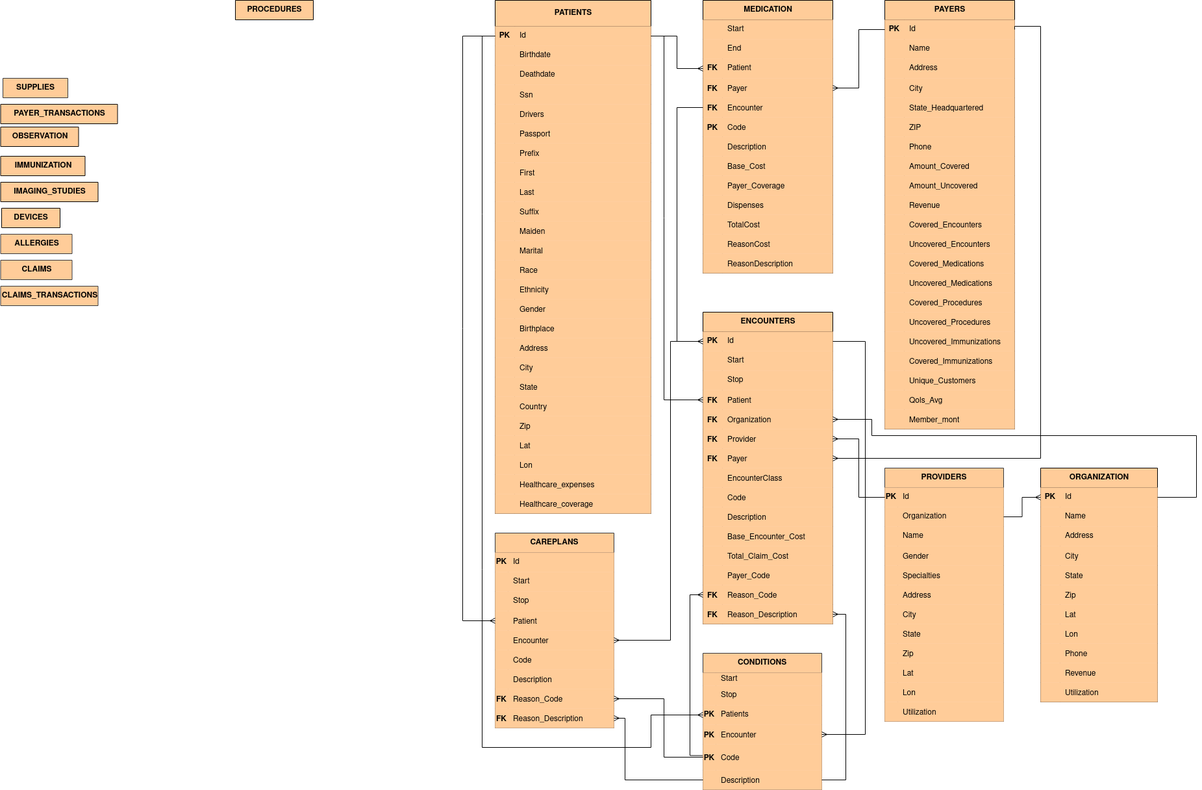
Earlier version of the draw.io export BigDataProject.drawio.png (UtsuroNoArashi/BigDataProject). Source tidied: cells renumbered, new cells last; positions are measured from the earlier drawing's top-left corner, leaving out a move shared by most shapes.
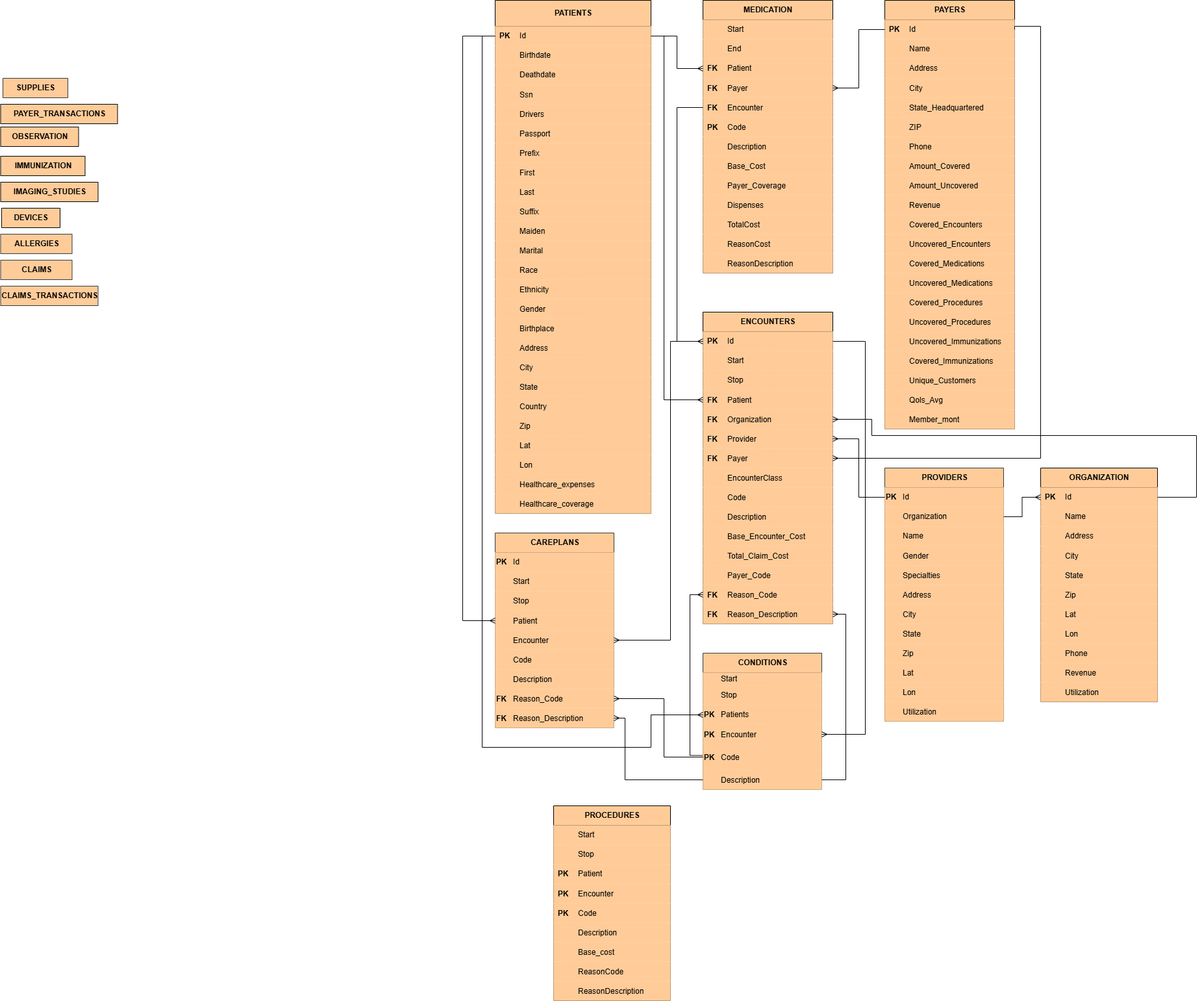
Later version of the same file.

Change to the diagram source:
```diff
@@ -119,9 +119,90 @@
     <mxCell id="40" value="ALLERGIES" style="shape=table;startSize=30;rowLines=0;fontStyle=1;align=center;html=1;fillColor=light-dark(#FFCC99,#B98351);strokeColor=light-dark(#36393D,#DDE2E4);fontColor=light-dark(#000000,#000000);" parent="1" vertex="1" collapsed="1">
       <mxGeometry x="0.5" y="360" width="110" height="30" as="geometry" />
     </mxCell>
-    <mxCell id="41" value="&lt;div&gt;PROCEDURES&lt;/div&gt;" style="shape=table;startSize=30;rowLines=0;fontStyle=1;align=center;html=1;fillColor=light-dark(#FFCC99,#B98351);strokeColor=default;fontColor=light-dark(#000000,#000000);" parent="1" vertex="1" collapsed="1">
-      <mxGeometry x="362" width="120" height="30" as="geometry" />
+    <mxCell id="41" value="&lt;div&gt;PROCEDURES&lt;/div&gt;" style="shape=table;startSize=30;rowLines=0;fontStyle=1;align=center;html=1;fillColor=light-dark(#FFCC99,#B98351);strokeColor=default;fontColor=light-dark(#000000,#000000);" parent="1" vertex="1">
+      <mxGeometry x="852" y="1240" width="180" height="300" as="geometry" />
     </mxCell>
+    <mxCell id="372" style="shape=tableRow;horizontal=0;startSize=0;swimlaneHead=0;swimlaneBody=0;fillColor=light-dark(#FFCC99,#B98351);top=0;left=0;right=0;bottom=0;strokeColor=default;fontColor=light-dark(#000000,#000000);" parent="41" vertex="1">
+      <mxGeometry y="30" width="180" height="30" as="geometry" />
+    </mxCell>
+    <mxCell id="373" style="shape=partialRectangle;fillColor=light-dark(#FFCC99,#B98351);top=0;left=0;bottom=0;right=0;overflow=hidden;whiteSpace=wrap;html=1;strokeColor=default;fontColor=light-dark(#000000,#000000);" parent="372" vertex="1">
+      <mxGeometry width="30" height="30" as="geometry" />
+    </mxCell>
+    <mxCell id="374" value="Start&lt;span style=&quot;white-space: pre;&quot;&gt;&#9;&lt;/span&gt;" style="shape=partialRectangle;fillColor=light-dark(#FFCC99,#B98351);top=0;left=0;bottom=0;right=0;align=left;spacingLeft=6;overflow=hidden;whiteSpace=wrap;html=1;strokeColor=default;fontColor=light-dark(#000000,#000000);" parent="372" vertex="1">
+      <mxGeometry x="30" width="150" height="30" as="geometry" />
+    </mxCell>
+    <mxCell id="375" style="shape=tableRow;horizontal=0;startSize=0;swimlaneHead=0;swimlaneBody=0;fillColor=light-dark(#FFCC99,#B98351);top=0;left=0;right=0;bottom=0;strokeColor=default;fontColor=light-dark(#000000,#000000);" parent="41" vertex="1">
+      <mxGeometry y="60" width="180" height="30" as="geometry" />
+    </mxCell>
+    <mxCell id="376" style="shape=partialRectangle;fillColor=light-dark(#FFCC99,#B98351);top=0;left=0;bottom=0;right=0;overflow=hidden;whiteSpace=wrap;html=1;strokeColor=default;fontColor=light-dark(#000000,#000000);" parent="375" vertex="1">
+      <mxGeometry width="30" height="30" as="geometry" />
+    </mxCell>
+    <mxCell id="377" value="Stop" style="shape=partialRectangle;fillColor=light-dark(#FFCC99,#B98351);top=0;left=0;bottom=0;right=0;align=left;spacingLeft=6;overflow=hidden;whiteSpace=wrap;html=1;strokeColor=default;fontColor=light-dark(#000000,#000000);" parent="375" vertex="1">
+      <mxGeometry x="30" width="150" height="30" as="geometry" />
+    </mxCell>
+    <mxCell id="378" style="shape=tableRow;horizontal=0;startSize=0;swimlaneHead=0;swimlaneBody=0;fillColor=light-dark(#FFCC99,#B98351);top=0;left=0;right=0;bottom=0;strokeColor=default;fontColor=light-dark(#000000,#000000);" parent="41" vertex="1">
+      <mxGeometry y="90" width="180" height="30" as="geometry" />
+    </mxCell>
+    <mxCell id="379" value="&lt;span style=&quot;font-weight: 700; text-wrap-mode: nowrap;&quot;&gt;PK&lt;/span&gt;" style="shape=partialRectangle;fillColor=light-dark(#FFCC99,#B98351);top=0;left=0;bottom=0;right=0;overflow=hidden;whiteSpace=wrap;html=1;strokeColor=default;fontColor=light-dark(#000000,#000000);" parent="378" vertex="1">
+      <mxGeometry width="30" height="30" as="geometry" />
+    </mxCell>
+    <mxCell id="380" value="Patient" style="shape=partialRectangle;fillColor=light-dark(#FFCC99,#B98351);top=0;left=0;bottom=0;right=0;align=left;spacingLeft=6;overflow=hidden;whiteSpace=wrap;html=1;strokeColor=default;fontColor=light-dark(#000000,#000000);" parent="378" vertex="1">
+      <mxGeometry x="30" width="150" height="30" as="geometry" />
+    </mxCell>
+    <mxCell id="381" style="shape=tableRow;horizontal=0;startSize=0;swimlaneHead=0;swimlaneBody=0;fillColor=light-dark(#FFCC99,#B98351);top=0;left=0;right=0;bottom=0;strokeColor=default;fontColor=light-dark(#000000,#000000);" parent="41" vertex="1">
+      <mxGeometry y="120" width="180" height="30" as="geometry" />
+    </mxCell>
+    <mxCell id="382" value="PK" style="shape=partialRectangle;fillColor=light-dark(#FFCC99,#B98351);top=0;left=0;bottom=0;right=0;overflow=hidden;strokeColor=default;fontColor=light-dark(#000000,#000000);fontStyle=1;" parent="381" vertex="1">
+      <mxGeometry width="30" height="30" as="geometry" />
+    </mxCell>
+    <mxCell id="383" value="Encounter" style="shape=partialRectangle;fillColor=light-dark(#FFCC99,#B98351);top=0;left=0;bottom=0;right=0;align=left;spacingLeft=6;overflow=hidden;strokeColor=default;fontColor=light-dark(#000000,#000000);" parent="381" vertex="1">
+      <mxGeometry x="30" width="150" height="30" as="geometry" />
+    </mxCell>
+    <mxCell id="384" style="shape=tableRow;horizontal=0;startSize=0;swimlaneHead=0;swimlaneBody=0;fillColor=light-dark(#FFCC99,#B98351);top=0;left=0;right=0;bottom=0;strokeColor=default;fontColor=light-dark(#000000,#000000);" parent="41" vertex="1">
+      <mxGeometry y="150" width="180" height="30" as="geometry" />
+    </mxCell>
+    <mxCell id="385" value="PK" style="shape=partialRectangle;fillColor=light-dark(#FFCC99,#B98351);top=0;left=0;bottom=0;right=0;overflow=hidden;strokeColor=default;fontColor=light-dark(#000000,#000000);fontStyle=1;" parent="384" vertex="1">
+      <mxGeometry width="30" height="30" as="geometry" />
+    </mxCell>
+    <mxCell id="386" value="Code" style="shape=partialRectangle;fillColor=light-dark(#FFCC99,#B98351);top=0;left=0;bottom=0;right=0;align=left;spacingLeft=6;overflow=hidden;strokeColor=default;fontColor=light-dark(#000000,#000000);" parent="384" vertex="1">
+      <mxGeometry x="30" width="150" height="30" as="geometry" />
+    </mxCell>
+    <mxCell id="387" style="shape=tableRow;horizontal=0;startSize=0;swimlaneHead=0;swimlaneBody=0;fillColor=light-dark(#FFCC99,#B98351);top=0;left=0;right=0;bottom=0;strokeColor=default;fontColor=light-dark(#000000,#000000);" parent="41" vertex="1">
+      <mxGeometry y="180" width="180" height="30" as="geometry" />
+    </mxCell>
+    <mxCell id="388" style="shape=partialRectangle;fillColor=light-dark(#FFCC99,#B98351);top=0;left=0;bottom=0;right=0;overflow=hidden;strokeColor=default;fontColor=light-dark(#000000,#000000);" parent="387" vertex="1">
+      <mxGeometry width="30" height="30" as="geometry" />
+    </mxCell>
+    <mxCell id="389" value="Description" style="shape=partialRectangle;fillColor=light-dark(#FFCC99,#B98351);top=0;left=0;bottom=0;right=0;align=left;spacingLeft=6;overflow=hidden;strokeColor=default;fontColor=light-dark(#000000,#000000);" parent="387" vertex="1">
+      <mxGeometry x="30" width="150" height="30" as="geometry" />
+    </mxCell>
+    <mxCell id="390" style="shape=tableRow;horizontal=0;startSize=0;swimlaneHead=0;swimlaneBody=0;fillColor=light-dark(#FFCC99,#B98351);top=0;left=0;right=0;bottom=0;strokeColor=default;fontColor=light-dark(#000000,#000000);" parent="41" vertex="1">
+      <mxGeometry y="210" width="180" height="30" as="geometry" />
+    </mxCell>
+    <mxCell id="391" value="    " style="shape=partialRectangle;fillColor=light-dark(#FFCC99,#B98351);top=0;left=0;bottom=0;right=0;overflow=hidden;strokeColor=default;fontColor=light-dark(#000000,#000000);" parent="390" vertex="1">
+      <mxGeometry width="30" height="30" as="geometry" />
+    </mxCell>
+    <mxCell id="392" value="Base_cost" style="shape=partialRectangle;fillColor=light-dark(#FFCC99,#B98351);top=0;left=0;bottom=0;right=0;align=left;spacingLeft=6;overflow=hidden;strokeColor=default;fontColor=light-dark(#000000,#000000);" parent="390" vertex="1">
+      <mxGeometry x="30" width="150" height="30" as="geometry" />
+    </mxCell>
+    <mxCell id="393" style="shape=tableRow;horizontal=0;startSize=0;swimlaneHead=0;swimlaneBody=0;fillColor=light-dark(#FFCC99,#B98351);top=0;left=0;right=0;bottom=0;strokeColor=default;fontColor=light-dark(#000000,#000000);" parent="41" vertex="1">
+      <mxGeometry y="240" width="180" height="30" as="geometry" />
+    </mxCell>
+    <mxCell id="394" value="    " style="shape=partialRectangle;fillColor=light-dark(#FFCC99,#B98351);top=0;left=0;bottom=0;right=0;overflow=hidden;strokeColor=default;fontColor=light-dark(#000000,#000000);" parent="393" vertex="1">
+      <mxGeometry width="30" height="30" as="geometry" />
+    </mxCell>
+    <mxCell id="395" value="ReasonCode" style="shape=partialRectangle;fillColor=light-dark(#FFCC99,#B98351);top=0;left=0;bottom=0;right=0;align=left;spacingLeft=6;overflow=hidden;strokeColor=default;fontColor=light-dark(#000000,#000000);" parent="393" vertex="1">
+      <mxGeometry x="30" width="150" height="30" as="geometry" />
+    </mxCell>
+    <mxCell id="396" style="shape=tableRow;horizontal=0;startSize=0;swimlaneHead=0;swimlaneBody=0;fillColor=light-dark(#FFCC99,#B98351);top=0;left=0;right=0;bottom=0;strokeColor=default;fontColor=light-dark(#000000,#000000);" parent="41" vertex="1">
+      <mxGeometry y="270" width="180" height="30" as="geometry" />
+    </mxCell>
+    <mxCell id="397" value="    " style="shape=partialRectangle;fillColor=light-dark(#FFCC99,#B98351);top=0;left=0;bottom=0;right=0;overflow=hidden;strokeColor=default;fontColor=light-dark(#000000,#000000);" parent="396" vertex="1">
+      <mxGeometry width="30" height="30" as="geometry" />
+    </mxCell>
+    <mxCell id="398" value="ReasonDescription" style="shape=partialRectangle;fillColor=light-dark(#FFCC99,#B98351);top=0;left=0;bottom=0;right=0;align=left;spacingLeft=6;overflow=hidden;strokeColor=default;fontColor=light-dark(#000000,#000000);" parent="396" vertex="1">
+      <mxGeometry x="30" width="150" height="30" as="geometry" />
+    </mxCell>
     <mxCell id="42" value="CAREPLANS" style="shape=table;startSize=30;rowLines=0;fontStyle=1;align=center;html=1;fillColor=light-dark(#FFCC99,#B98351);strokeColor=light-dark(#36393D,#DDE2E4);fontColor=light-dark(#000000,#000000);" parent="1" vertex="1">
       <mxGeometry x="762" y="820" width="183" height="300" as="geometry" />
     </mxCell>
```
